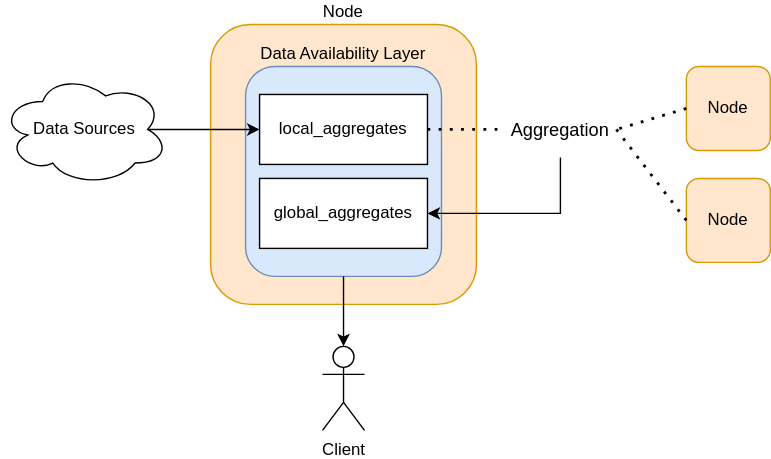
The draw.io diagram node/DAL.drawio.svg in Bisonai/orakl, before a commit. Source tidied: cells renumbered, new cells last; positions are measured from the earlier drawing's top-left corner, leaving out a move shared by most shapes. Source of this version:
```xml
<mxGraphModel>
  <root>
    <mxCell id="0" />
    <mxCell id="1" parent="0" />
    <mxCell id="2" value="Node" style="rounded=1;whiteSpace=wrap;html=1;fillColor=#ffe6cc;strokeColor=#d79b00;labelPosition=center;verticalLabelPosition=top;align=center;verticalAlign=bottom;" parent="1" vertex="1">
      <mxGeometry x="150" width="190" height="200" as="geometry" />
    </mxCell>
    <mxCell id="3" style="group;" parent="1" vertex="1">
      <mxGeometry x="175" y="30" width="140" height="150" as="geometry" />
    </mxCell>
    <mxCell id="4" value="Data Availability Layer" style="rounded=1;whiteSpace=wrap;html=1;fillColor=#dae8fc;strokeColor=#6c8ebf;labelPosition=center;verticalLabelPosition=top;align=center;verticalAlign=bottom;" parent="3" vertex="1">
      <mxGeometry width="140" height="150" as="geometry" />
    </mxCell>
    <mxCell id="5" value="local_aggregates" style="rounded=0;whiteSpace=wrap;html=1;" parent="3" vertex="1">
      <mxGeometry x="10" y="20" width="120" height="50" as="geometry" />
    </mxCell>
    <mxCell id="6" value="global_aggregates" style="rounded=0;whiteSpace=wrap;html=1;" parent="3" vertex="1">
      <mxGeometry x="10" y="80" width="120" height="50" as="geometry" />
    </mxCell>
    <mxCell id="7" value="Data Sources" style="ellipse;shape=cloud;whiteSpace=wrap;html=1;" parent="1" vertex="1">
      <mxGeometry y="35" width="120" height="80" as="geometry" />
    </mxCell>
    <mxCell id="8" style="endArrow=classic;html=1;rounded=0;exitX=0.875;exitY=0.5;exitDx=0;exitDy=0;exitPerimeter=0;entryX=0;entryY=0.5;entryDx=0;entryDy=0;" parent="1" edge="1" source="7" target="5">
      <mxGeometry relative="1" as="geometry" />
    </mxCell>
    <mxCell id="9" value="Node" style="rounded=1;whiteSpace=wrap;html=1;fillColor=#ffe6cc;strokeColor=#d79b00;" parent="1" vertex="1">
      <mxGeometry x="490" y="30" width="60" height="60" as="geometry" />
    </mxCell>
    <mxCell id="10" value="Node" style="rounded=1;whiteSpace=wrap;html=1;fillColor=#ffe6cc;strokeColor=#d79b00;" parent="1" vertex="1">
      <mxGeometry x="490" y="110" width="60" height="60" as="geometry" />
    </mxCell>
    <mxCell id="11" style="edgeStyle=orthogonalEdgeStyle;rounded=0;jettySize=auto;html=1;exitX=0.5;exitY=1;exitDx=0;exitDy=0;entryX=1;entryY=0.5;entryDx=0;entryDy=0;" parent="1" edge="1" source="12" target="6">
      <mxGeometry relative="1" as="geometry" />
    </mxCell>
    <mxCell id="12" value="&lt;font style=&quot;font-size: 13px;&quot;&gt;Aggregation&lt;/font&gt;" style="text;html=1;align=center;verticalAlign=middle;whiteSpace=wrap;rounded=0;fontSize=12;fillColor=none;" parent="1" vertex="1">
      <mxGeometry x="360" y="55" width="80" height="40" as="geometry" />
    </mxCell>
    <mxCell id="13" style="endArrow=none;dashed=1;html=1;dashPattern=1 3;strokeWidth=2;rounded=0;exitX=1;exitY=0.5;exitDx=0;exitDy=0;entryX=0;entryY=0.5;entryDx=0;entryDy=0;" parent="1" edge="1" source="5" target="12">
      <mxGeometry relative="1" as="geometry" />
    </mxCell>
    <mxCell id="14" style="endArrow=none;dashed=1;html=1;dashPattern=1 3;strokeWidth=2;rounded=0;entryX=1;entryY=0.5;entryDx=0;entryDy=0;exitX=0;exitY=0.5;exitDx=0;exitDy=0;" parent="1" edge="1" source="9" target="12">
      <mxGeometry relative="1" as="geometry" />
    </mxCell>
    <mxCell id="15" style="endArrow=none;dashed=1;html=1;dashPattern=1 3;strokeWidth=2;rounded=0;exitX=0;exitY=0.5;exitDx=0;exitDy=0;entryX=1;entryY=0.5;entryDx=0;entryDy=0;" parent="1" edge="1" source="10" target="12">
      <mxGeometry relative="1" as="geometry" />
    </mxCell>
    <mxCell id="16" value="Client" style="shape=umlActor;verticalLabelPosition=bottom;verticalAlign=top;html=1;outlineConnect=0;" parent="1" vertex="1">
      <mxGeometry x="230" y="230" width="30" height="60" as="geometry" />
    </mxCell>
    <mxCell id="17" style="edgeStyle=orthogonalEdgeStyle;rounded=0;jettySize=auto;html=1;exitX=0.5;exitY=1;exitDx=0;exitDy=0;entryX=0.5;entryY=0;entryDx=0;entryDy=0;entryPerimeter=0;" parent="1" edge="1" source="4" target="16">
      <mxGeometry relative="1" as="geometry" />
    </mxCell>
  </root>
</mxGraphModel>
```
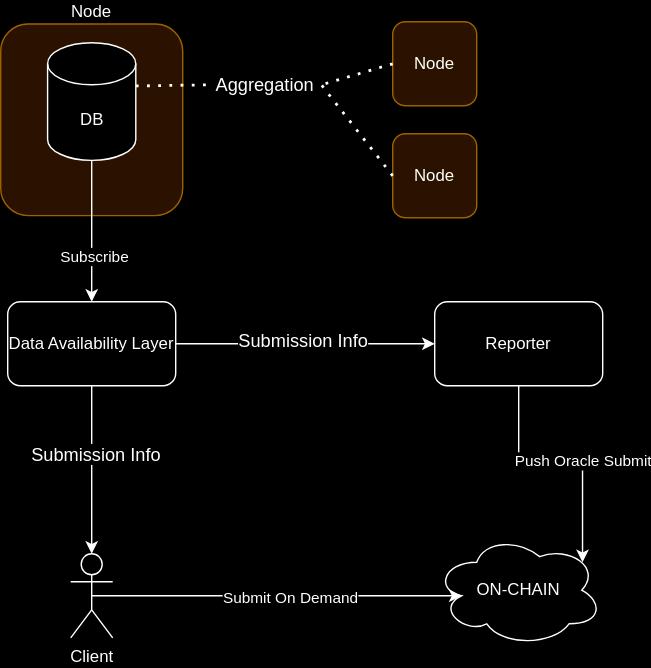
The same file after the commit.

The edit, as a diff of the source:
```diff
@@ -3,39 +3,18 @@
     <mxCell id="0" />
     <mxCell id="1" parent="0" />
     <mxCell id="2" value="Node" style="rounded=1;whiteSpace=wrap;html=1;fillColor=#ffe6cc;strokeColor=#d79b00;labelPosition=center;verticalLabelPosition=top;align=center;verticalAlign=bottom;" parent="1" vertex="1">
-      <mxGeometry x="150" width="190" height="200" as="geometry" />
+      <mxGeometry x="180" y="-118.4" width="130" height="136.8" as="geometry" />
     </mxCell>
-    <mxCell id="3" style="group;" parent="1" vertex="1">
-      <mxGeometry x="175" y="30" width="140" height="150" as="geometry" />
-    </mxCell>
-    <mxCell id="4" value="Data Availability Layer" style="rounded=1;whiteSpace=wrap;html=1;fillColor=#dae8fc;strokeColor=#6c8ebf;labelPosition=center;verticalLabelPosition=top;align=center;verticalAlign=bottom;" parent="3" vertex="1">
-      <mxGeometry width="140" height="150" as="geometry" />
-    </mxCell>
-    <mxCell id="5" value="local_aggregates" style="rounded=0;whiteSpace=wrap;html=1;" parent="3" vertex="1">
-      <mxGeometry x="10" y="20" width="120" height="50" as="geometry" />
-    </mxCell>
-    <mxCell id="6" value="global_aggregates" style="rounded=0;whiteSpace=wrap;html=1;" parent="3" vertex="1">
-      <mxGeometry x="10" y="80" width="120" height="50" as="geometry" />
-    </mxCell>
-    <mxCell id="7" value="Data Sources" style="ellipse;shape=cloud;whiteSpace=wrap;html=1;" parent="1" vertex="1">
-      <mxGeometry y="35" width="120" height="80" as="geometry" />
-    </mxCell>
-    <mxCell id="8" style="endArrow=classic;html=1;rounded=0;exitX=0.875;exitY=0.5;exitDx=0;exitDy=0;exitPerimeter=0;entryX=0;entryY=0.5;entryDx=0;entryDy=0;" parent="1" edge="1" source="7" target="5">
-      <mxGeometry relative="1" as="geometry" />
-    </mxCell>
     <mxCell id="9" value="Node" style="rounded=1;whiteSpace=wrap;html=1;fillColor=#ffe6cc;strokeColor=#d79b00;" parent="1" vertex="1">
-      <mxGeometry x="490" y="30" width="60" height="60" as="geometry" />
+      <mxGeometry x="460" y="-120" width="60" height="60" as="geometry" />
     </mxCell>
     <mxCell id="10" value="Node" style="rounded=1;whiteSpace=wrap;html=1;fillColor=#ffe6cc;strokeColor=#d79b00;" parent="1" vertex="1">
-      <mxGeometry x="490" y="110" width="60" height="60" as="geometry" />
+      <mxGeometry x="460" y="-40" width="60" height="60" as="geometry" />
     </mxCell>
-    <mxCell id="11" style="edgeStyle=orthogonalEdgeStyle;rounded=0;jettySize=auto;html=1;exitX=0.5;exitY=1;exitDx=0;exitDy=0;entryX=1;entryY=0.5;entryDx=0;entryDy=0;" parent="1" edge="1" source="12" target="6">
-      <mxGeometry relative="1" as="geometry" />
-    </mxCell>
     <mxCell id="12" value="&lt;font style=&quot;font-size: 13px;&quot;&gt;Aggregation&lt;/font&gt;" style="text;html=1;align=center;verticalAlign=middle;whiteSpace=wrap;rounded=0;fontSize=12;fillColor=none;" parent="1" vertex="1">
-      <mxGeometry x="360" y="55" width="80" height="40" as="geometry" />
+      <mxGeometry x="329" y="-95" width="80" height="40" as="geometry" />
     </mxCell>
-    <mxCell id="13" style="endArrow=none;dashed=1;html=1;dashPattern=1 3;strokeWidth=2;rounded=0;exitX=1;exitY=0.5;exitDx=0;exitDy=0;entryX=0;entryY=0.5;entryDx=0;entryDy=0;" parent="1" edge="1" source="5" target="12">
+    <mxCell id="13" style="endArrow=none;dashed=1;html=1;dashPattern=1 3;strokeWidth=2;rounded=0;exitX=1;exitY=0;exitDx=0;exitDy=30.8325;exitPerimeter=0;entryX=0;entryY=0.5;entryDx=0;entryDy=0;" parent="1" edge="1" source="19" target="12">
       <mxGeometry relative="1" as="geometry" />
     </mxCell>
     <mxCell id="14" style="endArrow=none;dashed=1;html=1;dashPattern=1 3;strokeWidth=2;rounded=0;entryX=1;entryY=0.5;entryDx=0;entryDy=0;exitX=0;exitY=0.5;exitDx=0;exitDy=0;" parent="1" edge="1" source="9" target="12">
@@ -45,10 +24,55 @@
       <mxGeometry relative="1" as="geometry" />
     </mxCell>
     <mxCell id="16" value="Client" style="shape=umlActor;verticalLabelPosition=bottom;verticalAlign=top;html=1;outlineConnect=0;" parent="1" vertex="1">
-      <mxGeometry x="230" y="230" width="30" height="60" as="geometry" />
+      <mxGeometry x="230" y="260" width="30" height="60" as="geometry" />
     </mxCell>
     <mxCell id="17" style="edgeStyle=orthogonalEdgeStyle;rounded=0;jettySize=auto;html=1;exitX=0.5;exitY=1;exitDx=0;exitDy=0;entryX=0.5;entryY=0;entryDx=0;entryDy=0;entryPerimeter=0;" parent="1" edge="1" source="4" target="16">
       <mxGeometry relative="1" as="geometry" />
     </mxCell>
+    <mxCell id="18" value="&lt;font style=&quot;font-size: 13px;&quot;&gt;Submission Info&lt;/font&gt;" style="edgeLabel;html=1;align=center;verticalAlign=middle;" parent="17" vertex="1">
+      <mxGeometry x="-0.2" y="-1" relative="1" as="geometry">
+        <mxPoint x="3" as="offset" />
+      </mxGeometry>
+    </mxCell>
+    <mxCell id="19" value="DB" style="shape=cylinder3;whiteSpace=wrap;html=1;boundedLbl=1;backgroundOutline=1;size=15;" parent="1" vertex="1">
+      <mxGeometry x="213.5" y="-105" width="63" height="84" as="geometry" />
+    </mxCell>
+    <mxCell id="20" value="Reporter" style="rounded=1;whiteSpace=wrap;html=1;" parent="1" vertex="1">
+      <mxGeometry x="490" y="80" width="120" height="60" as="geometry" />
+    </mxCell>
+    <mxCell id="21" style="edgeStyle=orthogonalEdgeStyle;rounded=0;jettySize=auto;html=1;exitX=1;exitY=0.5;exitDx=0;exitDy=0;entryX=0;entryY=0.5;entryDx=0;entryDy=0;" parent="1" edge="1" source="4" target="20">
+      <mxGeometry relative="1" as="geometry" />
+    </mxCell>
+    <mxCell id="22" value="&lt;font style=&quot;font-size: 13px;&quot;&gt;Submission Info&lt;/font&gt;" style="edgeLabel;html=1;align=center;verticalAlign=middle;" parent="21" vertex="1">
+      <mxGeometry x="-0.03" y="3" relative="1" as="geometry" />
+    </mxCell>
+    <mxCell id="4" value="Data Availability Layer" style="rounded=1;whiteSpace=wrap;html=1;" parent="1" vertex="1">
+      <mxGeometry x="185" y="80" width="120" height="60" as="geometry" />
+    </mxCell>
+    <mxCell id="23" style="endArrow=classic;html=1;rounded=0;exitX=0.5;exitY=1;exitDx=0;exitDy=0;exitPerimeter=0;entryX=0.5;entryY=0;entryDx=0;entryDy=0;" parent="1" edge="1" source="19" target="4">
+      <mxGeometry relative="1" as="geometry" />
+    </mxCell>
+    <mxCell id="24" value="Subscribe" style="edgeLabel;html=1;align=center;verticalAlign=middle;" parent="23" vertex="1">
+      <mxGeometry y="1" relative="1" as="geometry">
+        <mxPoint y="17" as="offset" />
+      </mxGeometry>
+    </mxCell>
+    <mxCell id="25" value="ON-CHAIN" style="ellipse;shape=cloud;whiteSpace=wrap;html=1;" parent="1" vertex="1">
+      <mxGeometry x="490" y="246" width="120" height="80" as="geometry" />
+    </mxCell>
+    <mxCell id="26" style="edgeStyle=orthogonalEdgeStyle;rounded=0;jettySize=auto;html=1;exitX=0.5;exitY=0.5;exitDx=0;exitDy=0;exitPerimeter=0;entryX=0.16;entryY=0.55;entryDx=0;entryDy=0;entryPerimeter=0;" parent="1" edge="1" source="16" target="25">
+      <mxGeometry relative="1" as="geometry" />
+    </mxCell>
+    <mxCell id="27" value="Submit On Demand" style="edgeLabel;html=1;align=center;verticalAlign=middle;" parent="26" vertex="1">
+      <mxGeometry x="-0.05" y="-1" relative="1" as="geometry">
+        <mxPoint x="15" as="offset" />
+      </mxGeometry>
+    </mxCell>
+    <mxCell id="28" style="edgeStyle=orthogonalEdgeStyle;rounded=0;jettySize=auto;html=1;exitX=0.5;exitY=1;exitDx=0;exitDy=0;entryX=0.88;entryY=0.25;entryDx=0;entryDy=0;entryPerimeter=0;" parent="1" edge="1" source="20" target="25">
+      <mxGeometry relative="1" as="geometry" />
+    </mxCell>
+    <mxCell id="29" value="Push Oracle Submit" style="edgeLabel;html=1;align=center;verticalAlign=middle;" parent="28" vertex="1">
+      <mxGeometry x="0.14" relative="1" as="geometry" />
+    </mxCell>
   </root>
 </mxGraphModel>
```
